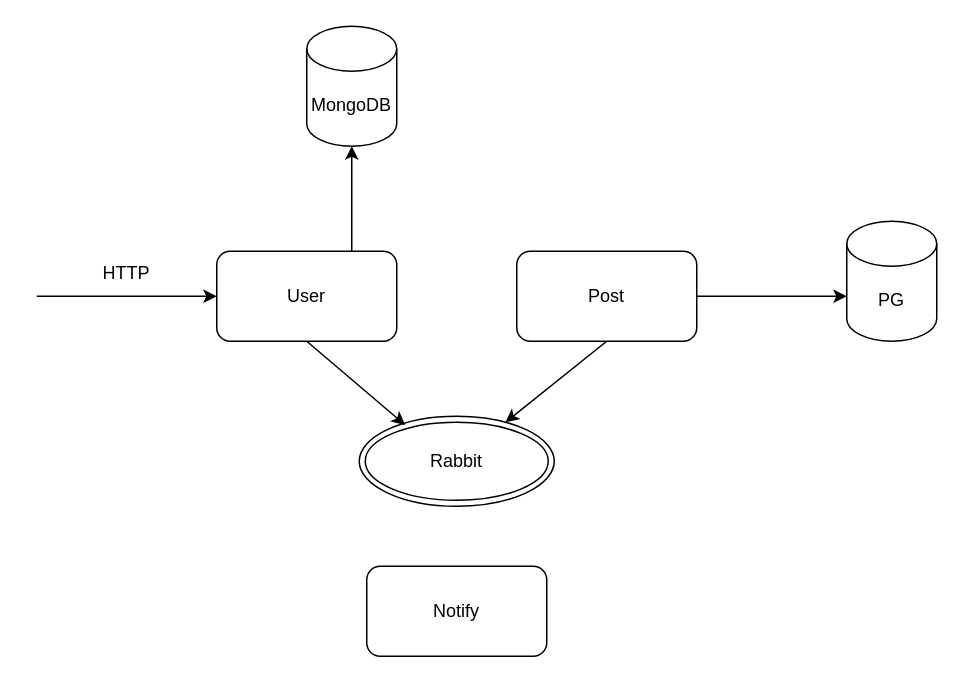
Earlier version of the draw.io diagram Untitled Diagram.drawio (natela-kk/readme-nest). Source tidied: cells renumbered, new cells numbered last; positions are measured from the earlier drawing's top-left corner, leaving out a move shared by most shapes. Both pictures are drawn from the tidied source at 150%, with x=0, y=0 at pixel (36, 26).
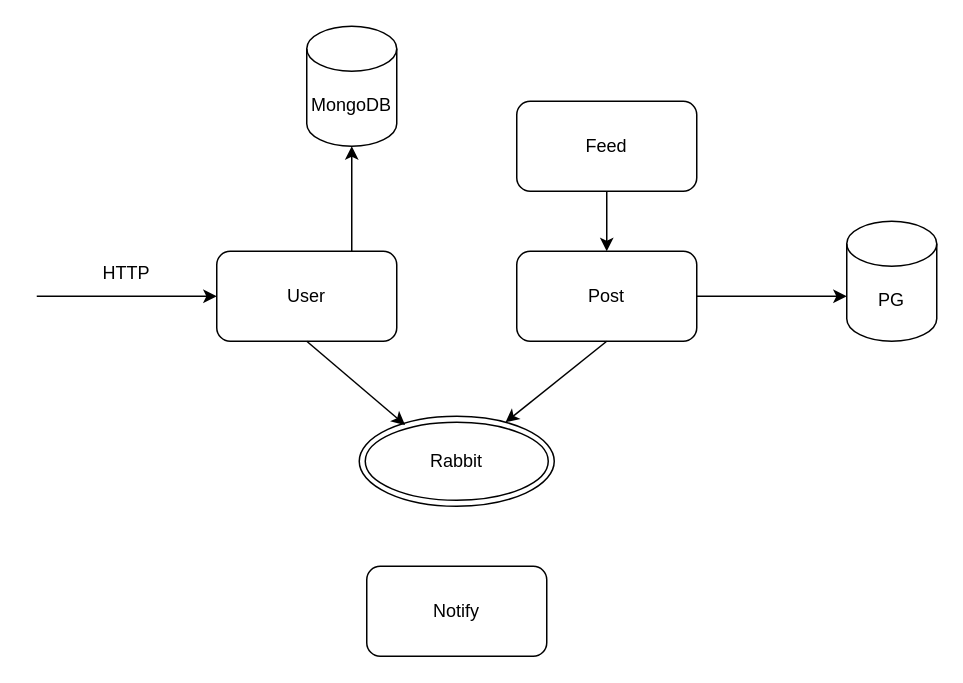
The same page after the edit.

What changed in the source:
```diff
@@
 <mxGraphModel>
   <root>
     <mxCell id="0" />
     <mxCell id="1" parent="0" />
     <mxCell id="2" value="User" style="rounded=1;whiteSpace=wrap;html=1;" parent="1" vertex="1">
       <mxGeometry x="120" y="150" width="120" height="60" as="geometry" />
     </mxCell>
     <mxCell id="3" value="Post" style="rounded=1;whiteSpace=wrap;html=1;" parent="1" vertex="1">
       <mxGeometry x="320" y="150" width="120" height="60" as="geometry" />
     </mxCell>
     <mxCell id="4" value="Notify" style="rounded=1;whiteSpace=wrap;html=1;" parent="1" vertex="1">
       <mxGeometry x="220" y="360" width="120" height="60" as="geometry" />
     </mxCell>
     <mxCell id="5" style="endArrow=classic;html=1;rounded=0;entryX=0;entryY=0.5;entryDx=0;entryDy=0;" parent="1" edge="1" target="2">
       <mxGeometry relative="1" as="geometry">
         <mxPoint y="180" as="sourcePoint" />
       </mxGeometry>
     </mxCell>
     <mxCell id="6" value="HTTP" style="text;html=1;strokeColor=none;fillColor=none;align=center;verticalAlign=middle;whiteSpace=wrap;rounded=0;" parent="1" vertex="1">
       <mxGeometry x="30" y="150" width="60" height="30" as="geometry" />
     </mxCell>
     <mxCell id="7" style="endArrow=classic;html=1;rounded=0;exitX=0.75;exitY=0;exitDx=0;exitDy=0;entryX=0.5;entryY=1;entryDx=0;entryDy=0;entryPerimeter=0;" parent="1" edge="1" source="2" target="8">
       <mxGeometry relative="1" as="geometry" />
     </mxCell>
     <mxCell id="8" value="MongoDB" style="shape=cylinder3;whiteSpace=wrap;html=1;boundedLbl=1;backgroundOutline=1;size=15;" parent="1" vertex="1">
       <mxGeometry x="180" width="60" height="80" as="geometry" />
     </mxCell>
     <mxCell id="9" value="PG" style="shape=cylinder3;whiteSpace=wrap;html=1;boundedLbl=1;backgroundOutline=1;size=15;" parent="1" vertex="1">
       <mxGeometry x="540" y="130" width="60" height="80" as="geometry" />
     </mxCell>
     <mxCell id="10" value="Rabbit" style="ellipse;shape=doubleEllipse;whiteSpace=wrap;html=1;" parent="1" vertex="1">
       <mxGeometry x="215" y="260" width="130" height="60" as="geometry" />
     </mxCell>
     <mxCell id="11" style="endArrow=classic;html=1;rounded=0;exitX=0.5;exitY=1;exitDx=0;exitDy=0;entryX=0.235;entryY=0.097;entryDx=0;entryDy=0;entryPerimeter=0;" parent="1" edge="1" source="2" target="10">
       <mxGeometry relative="1" as="geometry" />
     </mxCell>
     <mxCell id="12" style="endArrow=classic;html=1;rounded=0;" parent="1" edge="1">
       <mxGeometry relative="1" as="geometry">
         <mxPoint x="440" y="180" as="sourcePoint" />
         <mxPoint x="540" y="180" as="targetPoint" />
       </mxGeometry>
     </mxCell>
     <mxCell id="13" style="endArrow=classic;html=1;rounded=0;" parent="1" edge="1" target="10">
       <mxGeometry relative="1" as="geometry">
         <mxPoint x="380" y="210" as="sourcePoint" />
       </mxGeometry>
     </mxCell>
+    <mxCell id="14" style="edgeStyle=orthogonalEdgeStyle;rounded=0;jettySize=auto;html=1;" parent="1" edge="1" source="15" target="3">
+      <mxGeometry relative="1" as="geometry" />
+    </mxCell>
+    <mxCell id="15" value="Feed" style="rounded=1;whiteSpace=wrap;html=1;" parent="1" vertex="1">
+      <mxGeometry x="320" y="50" width="120" height="60" as="geometry" />
+    </mxCell>
   </root>
 </mxGraphModel>
```
